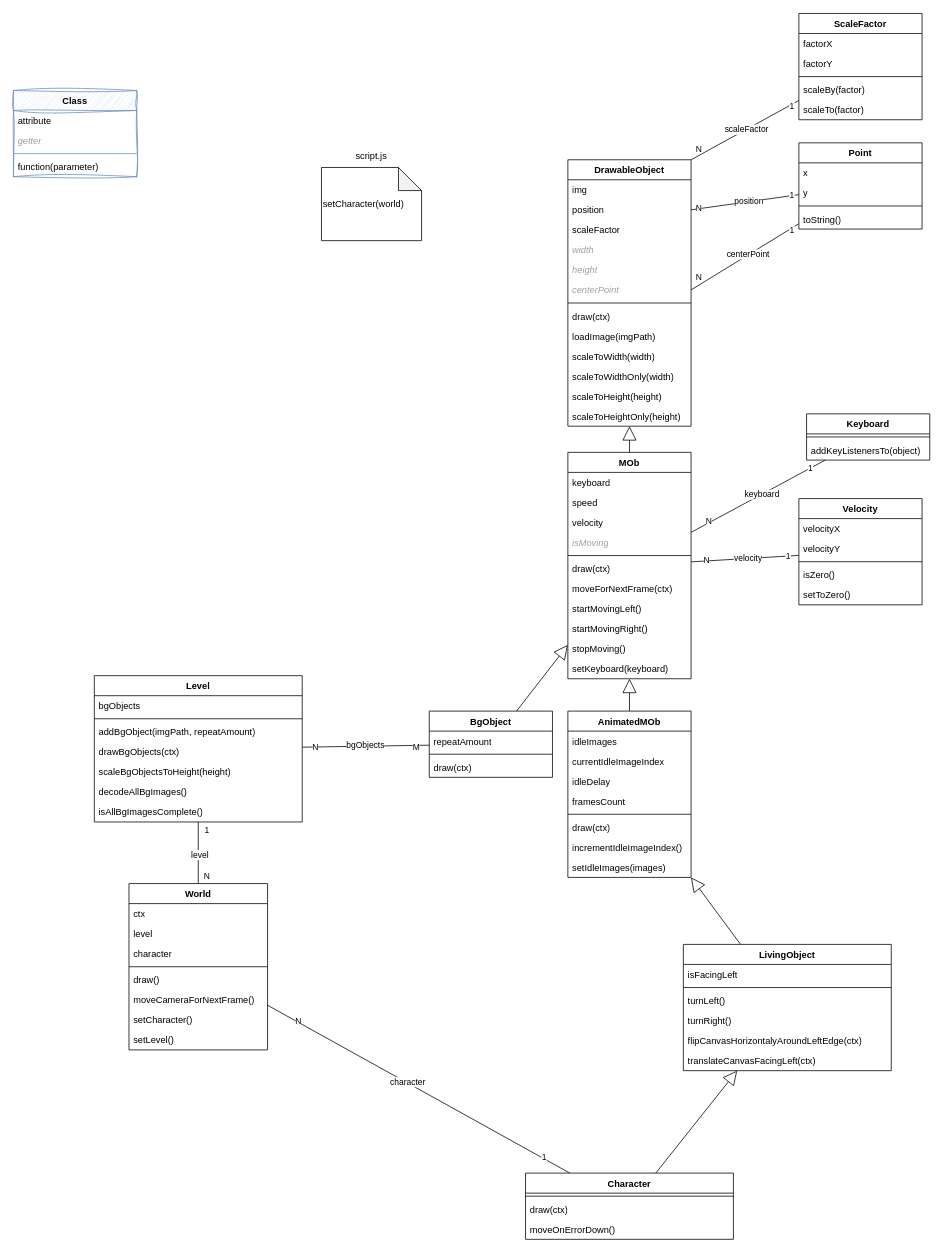
Above: uml/Sharky-ClassDiagram.drawio in ReinhardWansch/Sharky-DeveloperAkademie (draw.io), before the change. Source tidied: cells renumbered, new cells numbered last; positions are measured from the earlier drawing's top-left corner, leaving out a move shared by most shapes. Both pictures are drawn from the tidied source at 77%, with x=0, y=0 at pixel (13, 13).
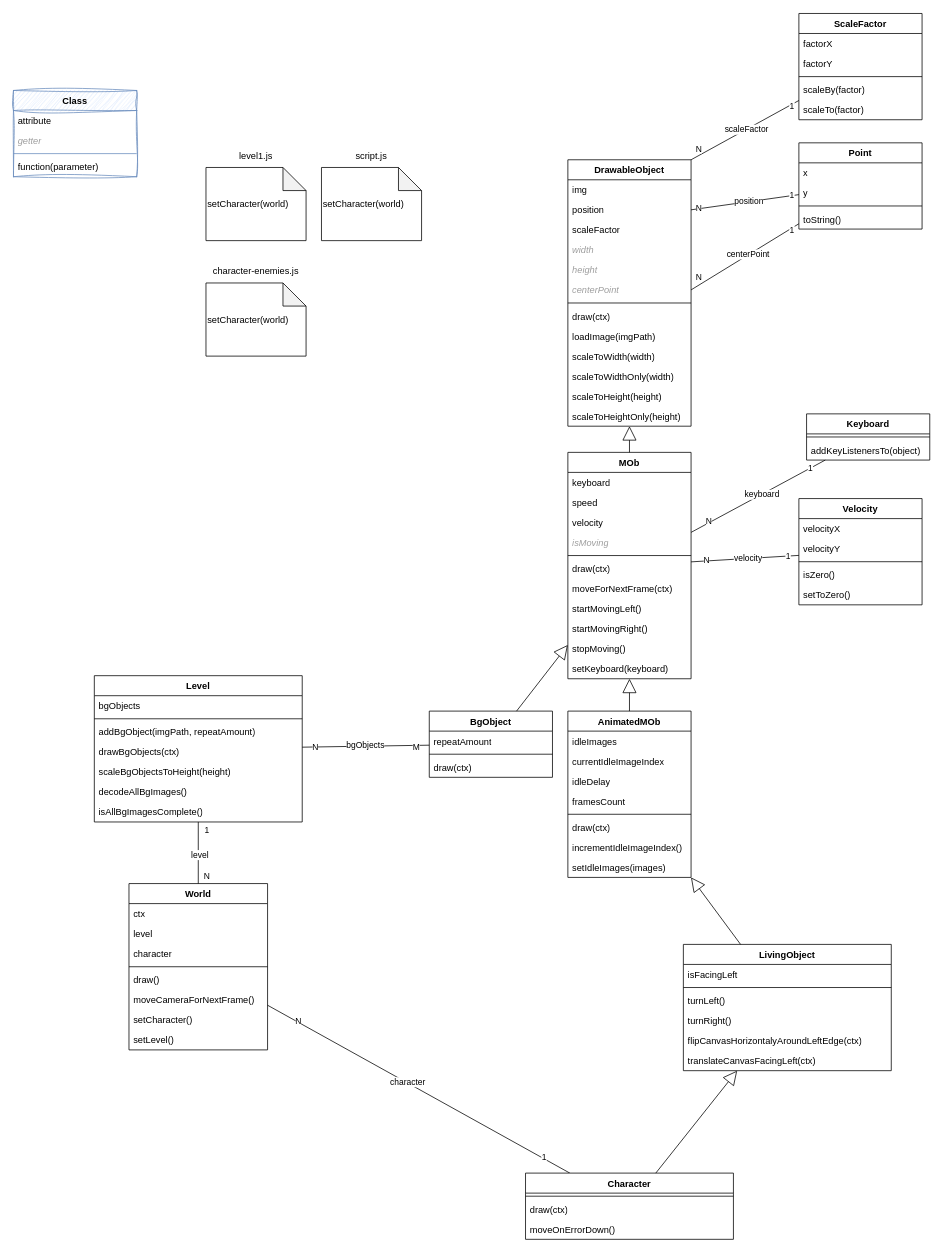
After the change.

Commit message (it also covers changes not shown here):
drawing one enemie works, but enemie moves with character

The edit, as a diff of the source:
```diff
@@
+    <mxCell id="134" style="group;" parent="1" vertex="1">
+      <mxGeometry x="250" y="170" width="130" height="125" as="geometry" />
+    </mxCell>
+    <mxCell id="135" value="level1.js" style="text;html=1;align=center;verticalAlign=middle;whiteSpace=wrap;rounded=0;" parent="134" vertex="1">
+      <mxGeometry width="130" height="30" as="geometry" />
+    </mxCell>
+    <mxCell id="136" value="setCharacter(world)" style="shape=note;whiteSpace=wrap;html=1;backgroundOutline=1;darkOpacity=0.05;align=left;" parent="134" vertex="1">
+      <mxGeometry y="30" width="130" height="95" as="geometry" />
+    </mxCell>
+    <mxCell id="137" style="group;" parent="1" vertex="1">
+      <mxGeometry x="250" y="320" width="130" height="125" as="geometry" />
+    </mxCell>
+    <mxCell id="138" value="character-enemies.js" style="text;html=1;align=center;verticalAlign=middle;whiteSpace=wrap;rounded=0;" parent="137" vertex="1">
+      <mxGeometry width="130" height="30" as="geometry" />
+    </mxCell>
+    <mxCell id="139" value="setCharacter(world)" style="shape=note;whiteSpace=wrap;html=1;backgroundOutline=1;darkOpacity=0.05;align=left;" parent="137" vertex="1">
+      <mxGeometry y="30" width="130" height="95" as="geometry" />
+    </mxCell>
```
